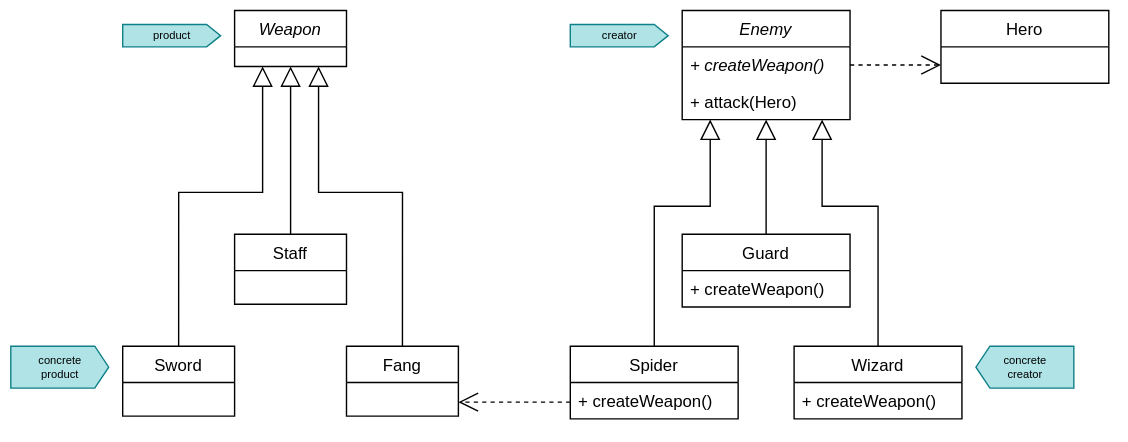
The draw.io diagram images/uml/factory-method.svg in arestivo/designpatterns-hero, before a commit. Source tidied: cells renumbered, new cells last; positions are measured from the earlier drawing's top-left corner, leaving out a move shared by most shapes.
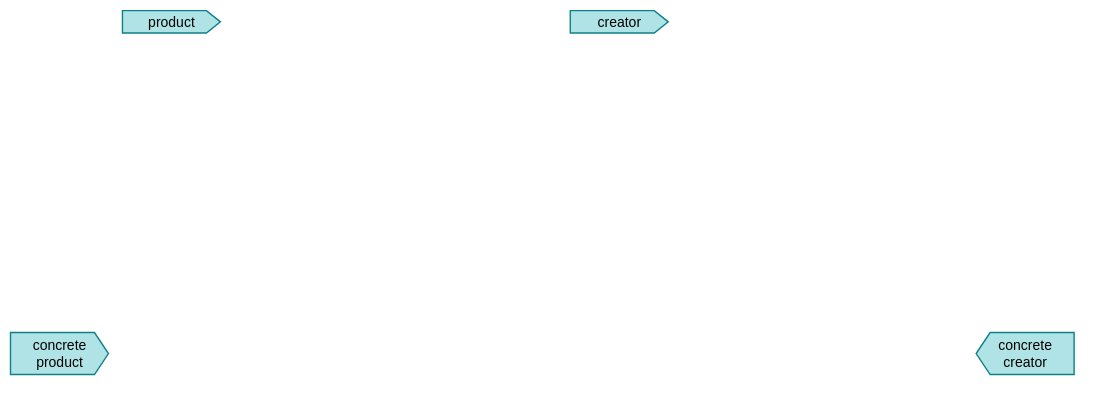
Above is the later version.

Commit message:
Increased font on UML diagram

Change to the diagram source:
```diff
@@ -2,117 +2,17 @@
   <root>
     <mxCell id="0" />
     <mxCell id="1" parent="0" />
-    <mxCell id="2" style="edgeStyle=orthogonalEdgeStyle;rounded=0;jettySize=auto;html=1;dashed=1;startSize=12;endArrow=open;endFill=0;endSize=12;strokeColor=#000000;fontFamily=Helvetica;fontSize=8;fontColor=#000000;" parent="1" edge="1" source="3" target="27">
-      <mxGeometry relative="1" as="geometry">
-        <Array as="points">
-          <mxPoint x="725" y="10" />
-        </Array>
-      </mxGeometry>
+    <mxCell id="2" value="product" style="html=1;shadow=0;dashed=0;align=center;verticalAlign=middle;shape=mxgraph.arrows2.arrow;dy=0;dx=10;notch=0;sketch=0;sketchStyle=comic;strokeColor=#0e8088;fontFamily=Helvetica;fontSize=10;fillColor=#b0e3e6;" parent="1" vertex="1">
+      <mxGeometry x="560" y="-230" width="70" height="16" as="geometry" />
     </mxCell>
-    <mxCell id="3" value="Enemy" style="swimlane;fontStyle=2;horizontal=1;startSize=26;fillColor=none;sketch=0;sketchStyle=comic;strokeColor=#000000;fontFamily=Helvetica;fontSize=12;fontColor=#000000;" parent="1" vertex="1">
-      <mxGeometry x="480" width="120" height="78" as="geometry" />
+    <mxCell id="3" value="concrete&lt;br style=&quot;font-size: 10px;&quot;&gt;product" style="html=1;shadow=0;dashed=0;align=center;verticalAlign=middle;shape=mxgraph.arrows2.arrow;dy=0;dx=10;notch=0;sketch=0;sketchStyle=comic;strokeColor=#0e8088;fontFamily=Helvetica;fontSize=10;fillColor=#b0e3e6;" parent="1" vertex="1">
+      <mxGeometry x="480" width="70" height="30" as="geometry" />
     </mxCell>
-    <mxCell id="4" value="+ createWeapon()" style="text;strokeColor=none;fillColor=none;align=left;verticalAlign=top;spacingLeft=4;spacingRight=4;overflow=hidden;fontStyle=2;" parent="3" vertex="1">
-      <mxGeometry y="26" width="120" height="26" as="geometry" />
+    <mxCell id="4" value="creator" style="html=1;shadow=0;dashed=0;align=center;verticalAlign=middle;shape=mxgraph.arrows2.arrow;dy=0;dx=10;notch=0;sketch=0;sketchStyle=comic;strokeColor=#0e8088;fontFamily=Helvetica;fontSize=10;fillColor=#b0e3e6;flipH=0;" parent="1" vertex="1">
+      <mxGeometry x="880" y="-230" width="70" height="16" as="geometry" />
     </mxCell>
-    <mxCell id="5" value="+ attack(Hero)" style="text;strokeColor=none;fillColor=none;align=left;verticalAlign=top;spacingLeft=4;spacingRight=4;overflow=hidden;" parent="3" vertex="1">
-      <mxGeometry y="52" width="120" height="26" as="geometry" />
+    <mxCell id="5" value="concrete&lt;br style=&quot;font-size: 10px;&quot;&gt;creator" style="html=1;shadow=0;dashed=0;align=center;verticalAlign=middle;shape=mxgraph.arrows2.arrow;dy=0;dx=10;notch=0;sketch=0;sketchStyle=comic;strokeColor=#0e8088;fontFamily=Helvetica;fontSize=10;fillColor=#b0e3e6;flipH=1;" parent="1" vertex="1">
+      <mxGeometry x="1170" width="70" height="30" as="geometry" />
     </mxCell>
-    <mxCell id="6" style="edgeStyle=orthogonalEdgeStyle;rounded=0;jettySize=auto;html=1;endArrow=block;endFill=0;fontFamily=Helvetica;fontSize=12;fontColor=#000000;endSize=12;startSize=12;entryX=0.5;entryY=1;entryDx=0;entryDy=0;" parent="1" edge="1" source="7" target="3">
-      <mxGeometry relative="1" as="geometry" />
-    </mxCell>
-    <mxCell id="7" value="Guard" style="swimlane;fontStyle=0;horizontal=1;startSize=26;fillColor=none;sketch=0;sketchStyle=comic;strokeColor=#000000;fontFamily=Helvetica;fontSize=12;fontColor=#000000;" parent="1" vertex="1">
-      <mxGeometry x="480" y="160" width="120" height="52" as="geometry" />
-    </mxCell>
-    <mxCell id="8" value="+ createWeapon()" style="text;strokeColor=none;fillColor=none;align=left;verticalAlign=top;spacingLeft=4;spacingRight=4;overflow=hidden;fontStyle=0;" parent="7" vertex="1">
-      <mxGeometry y="26" width="120" height="26" as="geometry" />
-    </mxCell>
-    <mxCell id="9" style="edgeStyle=orthogonalEdgeStyle;rounded=0;jettySize=auto;html=1;startSize=12;endArrow=block;endFill=0;endSize=12;strokeColor=#000000;fontFamily=Helvetica;fontSize=12;fontColor=#000000;exitX=0.5;exitY=0;exitDx=0;exitDy=0;" parent="1" edge="1" source="10" target="15">
-      <mxGeometry relative="1" as="geometry">
-        <Array as="points">
-          <mxPoint x="120" y="130" />
-          <mxPoint x="180" y="130" />
-        </Array>
-      </mxGeometry>
-    </mxCell>
-    <mxCell id="10" value="Sword" style="swimlane;fontStyle=0;horizontal=1;startSize=26;fillColor=none;sketch=0;sketchStyle=comic;strokeColor=#000000;fontFamily=Helvetica;fontSize=12;fontColor=#000000;" parent="1" vertex="1">
-      <mxGeometry x="80" y="240" width="80" height="50" as="geometry" />
-    </mxCell>
-    <mxCell id="11" style="edgeStyle=orthogonalEdgeStyle;rounded=0;jettySize=auto;html=1;startSize=12;endArrow=block;endFill=0;endSize=12;strokeColor=#000000;fontFamily=Helvetica;fontSize=12;fontColor=#000000;" parent="1" edge="1" source="12" target="15">
-      <mxGeometry relative="1" as="geometry">
-        <Array as="points">
-          <mxPoint x="200" y="100" />
-          <mxPoint x="200" y="100" />
-        </Array>
-      </mxGeometry>
-    </mxCell>
-    <mxCell id="12" value="Staff" style="swimlane;fontStyle=0;horizontal=1;startSize=26;fillColor=none;sketch=0;sketchStyle=comic;strokeColor=#000000;fontFamily=Helvetica;fontSize=12;fontColor=#000000;" parent="1" vertex="1">
-      <mxGeometry x="160" y="160" width="80" height="50" as="geometry" />
-    </mxCell>
-    <mxCell id="13" style="edgeStyle=orthogonalEdgeStyle;rounded=0;jettySize=auto;html=1;startSize=12;endArrow=block;endFill=0;endSize=12;strokeColor=#000000;fontFamily=Helvetica;fontSize=12;fontColor=#000000;exitX=0.5;exitY=0;exitDx=0;exitDy=0;" parent="1" edge="1" source="14" target="15">
-      <mxGeometry relative="1" as="geometry">
-        <Array as="points">
-          <mxPoint x="280" y="130" />
-          <mxPoint x="220" y="130" />
-        </Array>
-      </mxGeometry>
-    </mxCell>
-    <mxCell id="14" value="Fang" style="swimlane;fontStyle=0;horizontal=1;startSize=26;fillColor=none;sketch=0;sketchStyle=comic;strokeColor=#000000;fontFamily=Helvetica;fontSize=12;fontColor=#000000;" parent="1" vertex="1">
-      <mxGeometry x="240" y="240" width="80" height="50" as="geometry" />
-    </mxCell>
-    <mxCell id="15" value="Weapon" style="swimlane;fontStyle=2;horizontal=1;startSize=26;fillColor=none;sketch=0;sketchStyle=comic;strokeColor=#000000;fontFamily=Helvetica;fontSize=12;fontColor=#000000;" parent="1" vertex="1">
-      <mxGeometry x="160" width="80" height="40" as="geometry" />
-    </mxCell>
-    <mxCell id="16" style="edgeStyle=orthogonalEdgeStyle;rounded=0;jettySize=auto;html=1;startSize=12;endArrow=block;endFill=0;endSize=12;strokeColor=#000000;fontFamily=Helvetica;fontSize=12;fontColor=#000000;" parent="1" edge="1" source="17" target="3">
-      <mxGeometry relative="1" as="geometry">
-        <Array as="points">
-          <mxPoint x="620" y="140" />
-          <mxPoint x="580" y="140" />
-        </Array>
-      </mxGeometry>
-    </mxCell>
-    <mxCell id="17" value="Wizard" style="swimlane;fontStyle=0;horizontal=1;startSize=26;fillColor=none;sketch=0;sketchStyle=comic;strokeColor=#000000;fontFamily=Helvetica;fontSize=12;fontColor=#000000;" parent="1" vertex="1">
-      <mxGeometry x="560" y="240" width="120" height="52" as="geometry" />
-    </mxCell>
-    <mxCell id="18" value="+ createWeapon()" style="text;strokeColor=none;fillColor=none;align=left;verticalAlign=top;spacingLeft=4;spacingRight=4;overflow=hidden;fontStyle=0;" parent="17" vertex="1">
-      <mxGeometry y="26" width="120" height="26" as="geometry" />
-    </mxCell>
-    <mxCell id="19" style="edgeStyle=orthogonalEdgeStyle;rounded=0;jettySize=auto;html=1;startSize=12;endArrow=block;endFill=0;endSize=12;strokeColor=#000000;fontFamily=Helvetica;fontSize=12;fontColor=#000000;" parent="1" edge="1" source="21" target="3">
-      <mxGeometry relative="1" as="geometry">
-        <Array as="points">
-          <mxPoint x="460" y="140" />
-          <mxPoint x="500" y="140" />
-        </Array>
-      </mxGeometry>
-    </mxCell>
-    <mxCell id="20" style="edgeStyle=orthogonalEdgeStyle;rounded=0;jettySize=auto;html=1;startSize=12;endArrow=open;endFill=0;endSize=12;strokeColor=#000000;fontFamily=Helvetica;fontSize=12;fontColor=#000000;dashed=1;" parent="1" edge="1" source="21" target="14">
-      <mxGeometry relative="1" as="geometry">
-        <Array as="points">
-          <mxPoint x="360" y="280" />
-          <mxPoint x="360" y="280" />
-        </Array>
-      </mxGeometry>
-    </mxCell>
-    <mxCell id="21" value="Spider" style="swimlane;fontStyle=0;horizontal=1;startSize=26;fillColor=none;sketch=0;sketchStyle=comic;strokeColor=#000000;fontFamily=Helvetica;fontSize=12;fontColor=#000000;" parent="1" vertex="1">
-      <mxGeometry x="400" y="240" width="120" height="52" as="geometry" />
-    </mxCell>
-    <mxCell id="22" value="+ createWeapon()" style="text;strokeColor=none;fillColor=none;align=left;verticalAlign=top;spacingLeft=4;spacingRight=4;overflow=hidden;fontStyle=0;" parent="21" vertex="1">
-      <mxGeometry y="26" width="120" height="26" as="geometry" />
-    </mxCell>
-    <mxCell id="23" value="product" style="html=1;shadow=0;dashed=0;align=center;verticalAlign=middle;shape=mxgraph.arrows2.arrow;dy=0;dx=10;notch=0;sketch=0;sketchStyle=comic;strokeColor=#0e8088;fontFamily=Helvetica;fontSize=8;fillColor=#b0e3e6;" parent="1" vertex="1">
-      <mxGeometry x="80" y="10" width="70" height="16" as="geometry" />
-    </mxCell>
-    <mxCell id="24" value="concrete&lt;br&gt;product" style="html=1;shadow=0;dashed=0;align=center;verticalAlign=middle;shape=mxgraph.arrows2.arrow;dy=0;dx=10;notch=0;sketch=0;sketchStyle=comic;strokeColor=#0e8088;fontFamily=Helvetica;fontSize=8;fillColor=#b0e3e6;" parent="1" vertex="1">
-      <mxGeometry y="240" width="70" height="30" as="geometry" />
-    </mxCell>
-    <mxCell id="25" value="creator" style="html=1;shadow=0;dashed=0;align=center;verticalAlign=middle;shape=mxgraph.arrows2.arrow;dy=0;dx=10;notch=0;sketch=0;sketchStyle=comic;strokeColor=#0e8088;fontFamily=Helvetica;fontSize=8;fillColor=#b0e3e6;flipH=0;" parent="1" vertex="1">
-      <mxGeometry x="400" y="10" width="70" height="16" as="geometry" />
-    </mxCell>
-    <mxCell id="26" value="concrete&lt;br&gt;creator" style="html=1;shadow=0;dashed=0;align=center;verticalAlign=middle;shape=mxgraph.arrows2.arrow;dy=0;dx=10;notch=0;sketch=0;sketchStyle=comic;strokeColor=#0e8088;fontFamily=Helvetica;fontSize=8;fillColor=#b0e3e6;flipH=1;" parent="1" vertex="1">
-      <mxGeometry x="690" y="240" width="70" height="30" as="geometry" />
-    </mxCell>
-    <mxCell id="27" value="Hero" style="swimlane;fontStyle=0;horizontal=1;startSize=26;fillColor=none;sketch=0;sketchStyle=comic;strokeColor=#000000;fontFamily=Helvetica;fontSize=12;fontColor=#000000;" parent="1" vertex="1">
-      <mxGeometry x="665" width="120" height="52" as="geometry" />
-    </mxCell>
   </root>
 </mxGraphModel>
```
